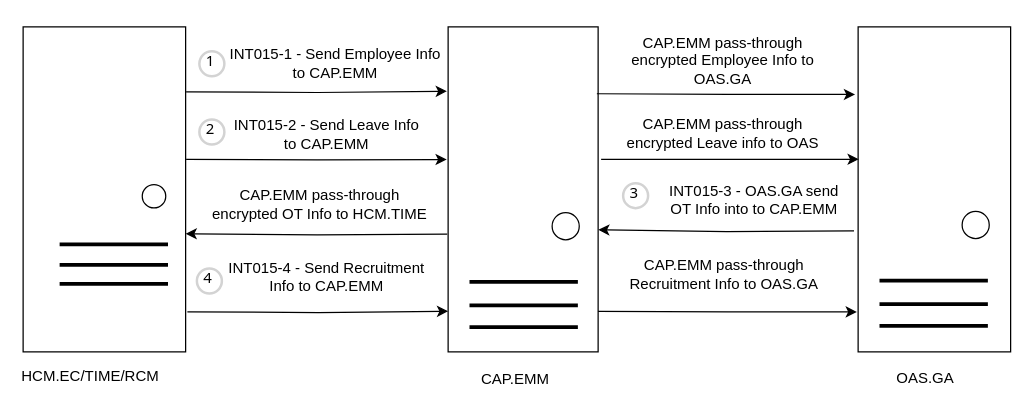
Above: page "OAS" (15 of 19) of Untitled Diagram.drawio in wsxad234/flowchart (draw.io), before the change. Source tidied: cells renumbered, new cells numbered last; positions are measured from the earlier drawing's top-left corner, leaving out a move shared by most shapes. Both pictures are drawn from the tidied source at 125%, with x=0, y=0 at pixel (22, 20).
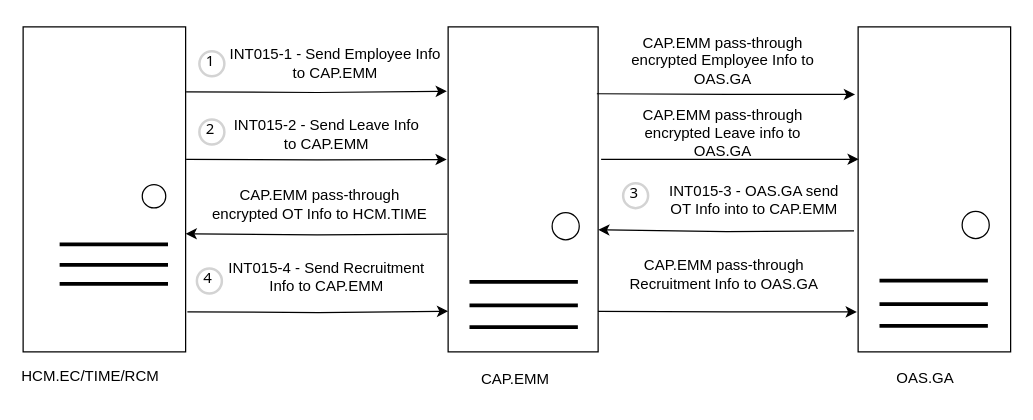
The same page after the edit.

The edit, as a diff of the source:
```diff
@@
-    <mxCell id="17" value="CAP.EMM pass-through encrypted Leave info to OAS" style="text;html=1;strokeColor=none;fillColor=none;align=center;verticalAlign=middle;whiteSpace=wrap;rounded=0;" parent="1" vertex="1">
+    <mxCell id="17" value="CAP.EMM pass-through encrypted Leave info to OAS.GA" style="text;html=1;strokeColor=none;fillColor=none;align=center;verticalAlign=middle;whiteSpace=wrap;rounded=0;" parent="1" vertex="1">
       <mxGeometry x="480" y="63.9" width="160" height="52.2" as="geometry" />
     </mxCell>
```
